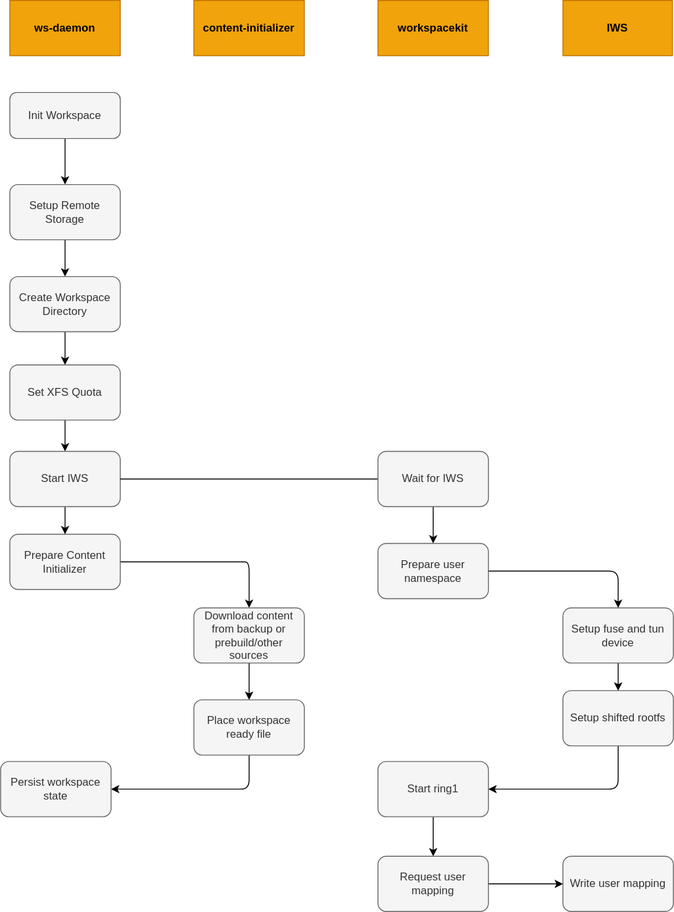
This is docs/workspace/architecture.drawio.svg from gitpod-io/gitpod, a draw.io export, as it was before one commit. Source tidied: cells renumbered, new cells last; positions are measured from the earlier drawing's top-left corner, leaving out a move shared by most shapes.
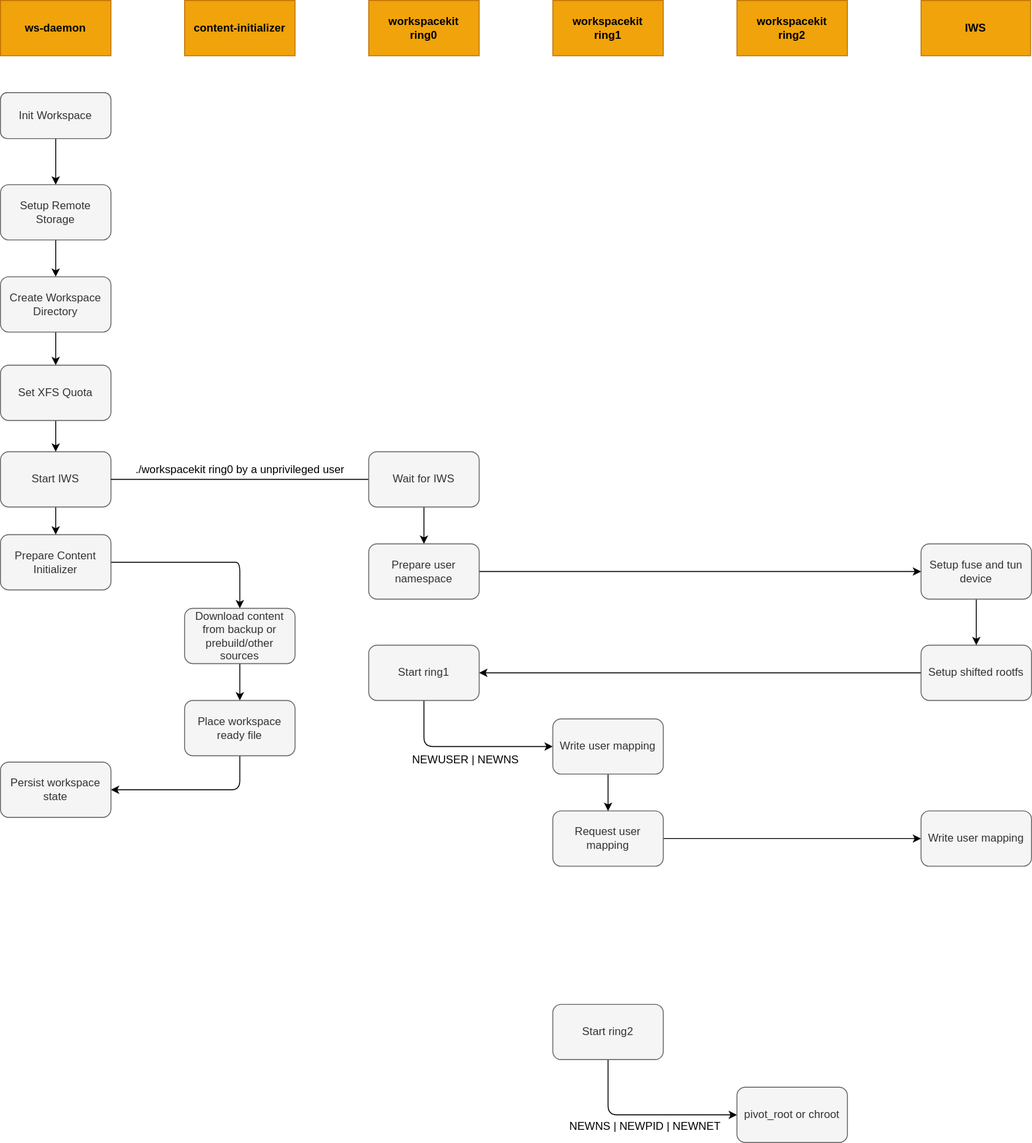
The same file after the commit.

Commit message:
docs: Separate workspacekit by rings.

Diff of the diagram source:
```diff
@@ -5,14 +5,14 @@
     <mxCell id="2" value="ws-daemon" style="rounded=0;whiteSpace=wrap;html=1;fillColor=#f0a30a;fontColor=#000000;strokeColor=#BD7000;fontStyle=1;" parent="1" vertex="1">
       <mxGeometry x="10" width="120" height="60" as="geometry" />
     </mxCell>
-    <mxCell id="3" value="workspacekit" style="rounded=0;whiteSpace=wrap;html=1;fillColor=#f0a30a;fontColor=#000000;strokeColor=#BD7000;fontStyle=1;" parent="1" vertex="1">
+    <mxCell id="3" value="workspacekit&lt;br&gt;ring0" style="rounded=0;whiteSpace=wrap;html=1;fillColor=#f0a30a;fontColor=#000000;strokeColor=#BD7000;fontStyle=1;" parent="1" vertex="1">
       <mxGeometry x="410" width="120" height="60" as="geometry" />
     </mxCell>
     <mxCell id="4" value="content-initializer" style="rounded=0;whiteSpace=wrap;html=1;fillColor=#f0a30a;fontColor=#000000;strokeColor=#BD7000;fontStyle=1;" parent="1" vertex="1">
       <mxGeometry x="210" width="120" height="60" as="geometry" />
     </mxCell>
     <mxCell id="5" value="IWS" style="rounded=0;whiteSpace=wrap;html=1;fillColor=#f0a30a;fontColor=#000000;strokeColor=#BD7000;fontStyle=1;" parent="1" vertex="1">
-      <mxGeometry x="611" width="119" height="60" as="geometry" />
+      <mxGeometry x="1010" width="119" height="60" as="geometry" />
     </mxCell>
     <mxCell id="6" style="edgeStyle=none;html=1;endArrow=classic;endFill=1;" parent="1" edge="1" source="7" target="9">
       <mxGeometry relative="1" as="geometry" />
@@ -73,7 +73,7 @@
       <mxGeometry x="210" y="760" width="120" height="60" as="geometry" />
     </mxCell>
     <mxCell id="22" value="Persist workspace state" style="rounded=1;whiteSpace=wrap;html=1;labelBackgroundColor=none;fillColor=#f5f5f5;fontColor=#333333;strokeColor=#666666;" parent="1" vertex="1">
-      <mxGeometry y="827" width="120" height="60" as="geometry" />
+      <mxGeometry x="10" y="827" width="120" height="60" as="geometry" />
     </mxCell>
     <mxCell id="23" style="edgeStyle=none;html=1;entryX=1;entryY=0.5;entryDx=0;entryDy=0;endArrow=none;endFill=0;" parent="1" edge="1" source="25" target="17">
       <mxGeometry relative="1" as="geometry" />
@@ -88,42 +88,72 @@
       <mxGeometry relative="1" as="geometry" />
     </mxCell>
     <mxCell id="27" value="Setup fuse and tun device" style="rounded=1;whiteSpace=wrap;html=1;labelBackgroundColor=none;fillColor=#f5f5f5;fontColor=#333333;strokeColor=#666666;" parent="1" vertex="1">
-      <mxGeometry x="611" y="660" width="120" height="60" as="geometry" />
+      <mxGeometry x="1010" y="590" width="120" height="60" as="geometry" />
     </mxCell>
-    <mxCell id="28" style="edgeStyle=none;rounded=1;jumpStyle=none;html=1;entryX=0.5;entryY=0;entryDx=0;entryDy=0;endArrow=classic;endFill=1;" parent="1" edge="1" source="29" target="27">
-      <mxGeometry relative="1" as="geometry">
-        <Array as="points">
-          <mxPoint x="671" y="620" />
-        </Array>
-      </mxGeometry>
+    <mxCell id="28" style="edgeStyle=none;html=1;exitX=1;exitY=0.5;exitDx=0;exitDy=0;entryX=0;entryY=0.5;entryDx=0;entryDy=0;" parent="1" edge="1" source="29" target="27">
+      <mxGeometry relative="1" as="geometry" />
     </mxCell>
     <mxCell id="29" value="Prepare user namespace" style="rounded=1;whiteSpace=wrap;html=1;labelBackgroundColor=none;fillColor=#f5f5f5;fontColor=#333333;strokeColor=#666666;" parent="1" vertex="1">
       <mxGeometry x="410" y="590" width="120" height="60" as="geometry" />
     </mxCell>
-    <mxCell id="30" style="edgeStyle=none;rounded=1;jumpStyle=none;html=1;entryX=1;entryY=0.5;entryDx=0;entryDy=0;endArrow=classic;endFill=1;" parent="1" edge="1" source="31" target="33">
-      <mxGeometry relative="1" as="geometry">
-        <Array as="points">
-          <mxPoint x="671" y="857" />
-        </Array>
-      </mxGeometry>
+    <mxCell id="30" style="edgeStyle=none;html=1;exitX=0;exitY=0.5;exitDx=0;exitDy=0;entryX=1;entryY=0.5;entryDx=0;entryDy=0;" parent="1" edge="1" source="31" target="33">
+      <mxGeometry relative="1" as="geometry" />
     </mxCell>
     <mxCell id="31" value="Setup shifted rootfs" style="rounded=1;whiteSpace=wrap;html=1;labelBackgroundColor=none;fillColor=#f5f5f5;fontColor=#333333;strokeColor=#666666;" parent="1" vertex="1">
-      <mxGeometry x="611" y="750" width="120" height="60" as="geometry" />
+      <mxGeometry x="1010" y="700" width="120" height="60" as="geometry" />
     </mxCell>
-    <mxCell id="32" style="edgeStyle=none;rounded=1;jumpStyle=none;html=1;endArrow=classic;endFill=1;" parent="1" edge="1" source="33" target="36">
-      <mxGeometry relative="1" as="geometry" />
-    </mxCell>
+    <mxCell id="37" style="edgeStyle=none;html=1;exitX=0.5;exitY=1;exitDx=0;exitDy=0;entryX=0;entryY=0.5;entryDx=0;entryDy=0;" parent="1" edge="1" source="33" target="42">
+      <mxGeometry relative="1" as="geometry">
+        <Array as="points">
+          <mxPoint x="470" y="810" />
+        </Array>
+      </mxGeometry>
+    </mxCell>
     <mxCell id="33" value="Start ring1" style="rounded=1;whiteSpace=wrap;html=1;labelBackgroundColor=none;fillColor=#f5f5f5;fontColor=#333333;strokeColor=#666666;" parent="1" vertex="1">
-      <mxGeometry x="410" y="827" width="120" height="60" as="geometry" />
+      <mxGeometry x="410" y="700" width="120" height="60" as="geometry" />
     </mxCell>
     <mxCell id="34" value="Write user mapping" style="rounded=1;whiteSpace=wrap;html=1;labelBackgroundColor=none;fillColor=#f5f5f5;fontColor=#333333;strokeColor=#666666;" parent="1" vertex="1">
-      <mxGeometry x="611" y="930" width="120" height="60" as="geometry" />
+      <mxGeometry x="1010" y="880" width="120" height="60" as="geometry" />
     </mxCell>
     <mxCell id="35" style="edgeStyle=none;rounded=1;jumpStyle=none;html=1;entryX=0;entryY=0.5;entryDx=0;entryDy=0;endArrow=classic;endFill=1;" parent="1" edge="1" source="36" target="34">
       <mxGeometry relative="1" as="geometry" />
     </mxCell>
     <mxCell id="36" value="Request user mapping" style="rounded=1;whiteSpace=wrap;html=1;labelBackgroundColor=none;fillColor=#f5f5f5;fontColor=#333333;strokeColor=#666666;" parent="1" vertex="1">
-      <mxGeometry x="410" y="930" width="120" height="60" as="geometry" />
+      <mxGeometry x="610" y="880" width="120" height="60" as="geometry" />
     </mxCell>
+    <mxCell id="38" value="./workspacekit ring0 by a unprivileged user" style="text;html=1;align=center;verticalAlign=middle;strokeColor=none;fillColor=none;" parent="1" vertex="1">
+      <mxGeometry x="150" y="500" width="240" height="20" as="geometry" />
+    </mxCell>
+    <mxCell id="39" value="workspacekit&lt;br&gt;ring1" style="rounded=0;whiteSpace=wrap;html=1;fillColor=#f0a30a;fontColor=#000000;strokeColor=#BD7000;fontStyle=1;" parent="1" vertex="1">
+      <mxGeometry x="610" width="120" height="60" as="geometry" />
+    </mxCell>
+    <mxCell id="40" value="workspacekit&lt;br&gt;ring2" style="rounded=0;whiteSpace=wrap;html=1;fillColor=#f0a30a;fontColor=#000000;strokeColor=#BD7000;fontStyle=1;" parent="1" vertex="1">
+      <mxGeometry x="810" width="120" height="60" as="geometry" />
+    </mxCell>
+    <mxCell id="41" style="edgeStyle=none;html=1;exitX=0.5;exitY=1;exitDx=0;exitDy=0;entryX=0.5;entryY=0;entryDx=0;entryDy=0;" parent="1" edge="1" source="42" target="36">
+      <mxGeometry relative="1" as="geometry" />
+    </mxCell>
+    <mxCell id="42" value="Write user mapping" style="rounded=1;whiteSpace=wrap;html=1;labelBackgroundColor=none;fillColor=#f5f5f5;fontColor=#333333;strokeColor=#666666;" parent="1" vertex="1">
+      <mxGeometry x="610" y="780" width="120" height="60" as="geometry" />
+    </mxCell>
+    <mxCell id="43" value="NEWUSER | NEWNS" style="text;html=1;align=center;verticalAlign=middle;strokeColor=none;fillColor=none;" parent="1" vertex="1">
+      <mxGeometry x="450" y="815" width="130" height="20" as="geometry" />
+    </mxCell>
+    <mxCell id="44" style="edgeStyle=none;html=1;exitX=0.5;exitY=1;exitDx=0;exitDy=0;entryX=0;entryY=0.5;entryDx=0;entryDy=0;" parent="1" edge="1" source="45" target="46">
+      <mxGeometry relative="1" as="geometry">
+        <Array as="points">
+          <mxPoint x="670" y="1210" />
+        </Array>
+      </mxGeometry>
+    </mxCell>
+    <mxCell id="45" value="Start ring2" style="rounded=1;whiteSpace=wrap;html=1;labelBackgroundColor=none;fillColor=#f5f5f5;fontColor=#333333;strokeColor=#666666;" parent="1" vertex="1">
+      <mxGeometry x="610" y="1090" width="120" height="60" as="geometry" />
+    </mxCell>
+    <mxCell id="46" value="pivot_root or chroot" style="rounded=1;whiteSpace=wrap;html=1;labelBackgroundColor=none;fillColor=#f5f5f5;fontColor=#333333;strokeColor=#666666;" parent="1" vertex="1">
+      <mxGeometry x="810" y="1180" width="120" height="60" as="geometry" />
+    </mxCell>
+    <mxCell id="47" value="NEWNS | NEWPID | NEWNET" style="text;html=1;align=center;verticalAlign=middle;strokeColor=none;fillColor=none;" parent="1" vertex="1">
+      <mxGeometry x="620" y="1213" width="180" height="20" as="geometry" />
+    </mxCell>
   </root>
 </mxGraphModel>
```
